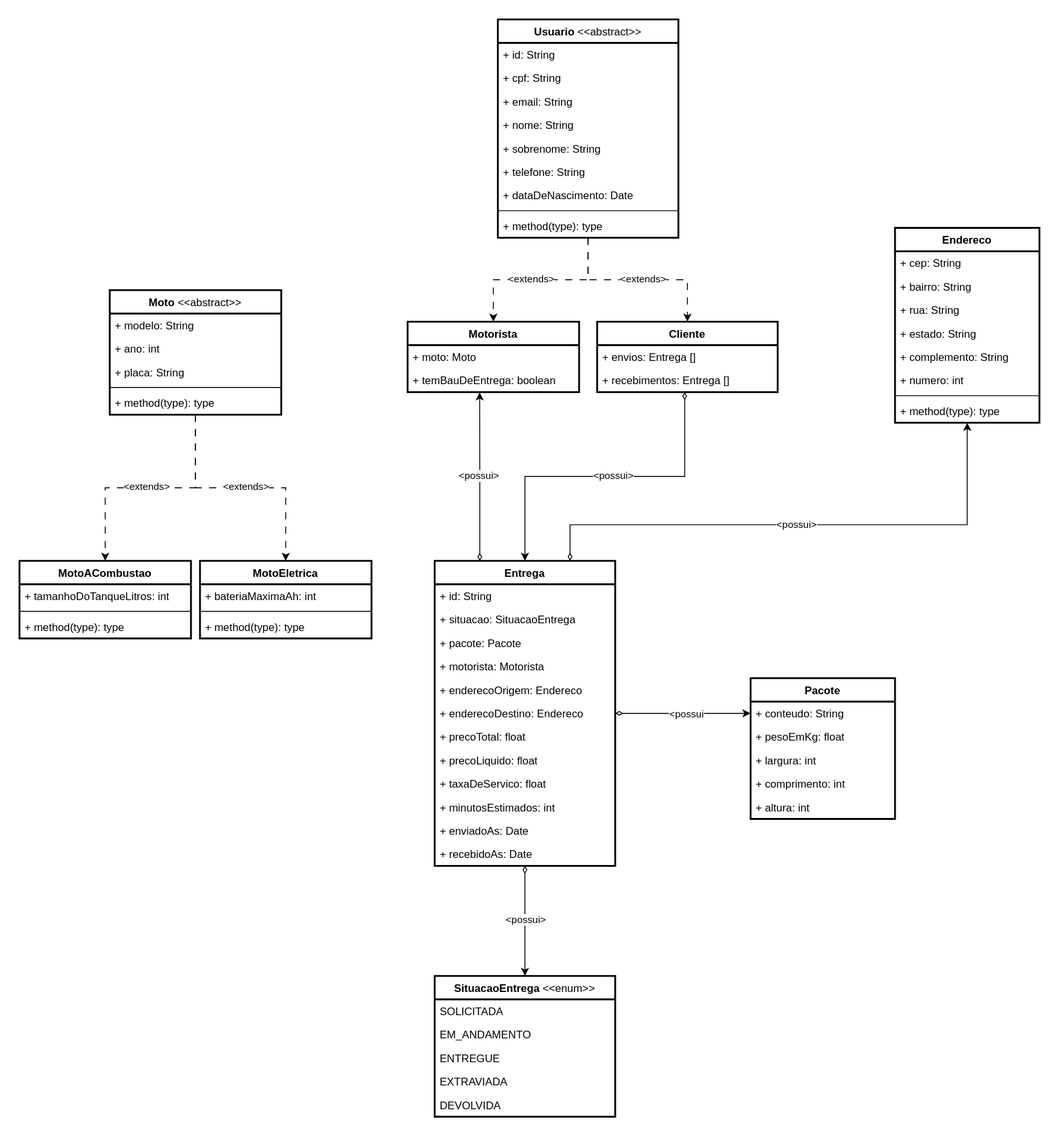
DivinoMatheus/divinomatheus keeps this draw.io diagram as arquitetura-java.svg. Above is the earlier version. Source tidied: cells renumbered, new cells last; positions are measured from the earlier drawing's top-left corner, leaving out a move shared by most shapes.
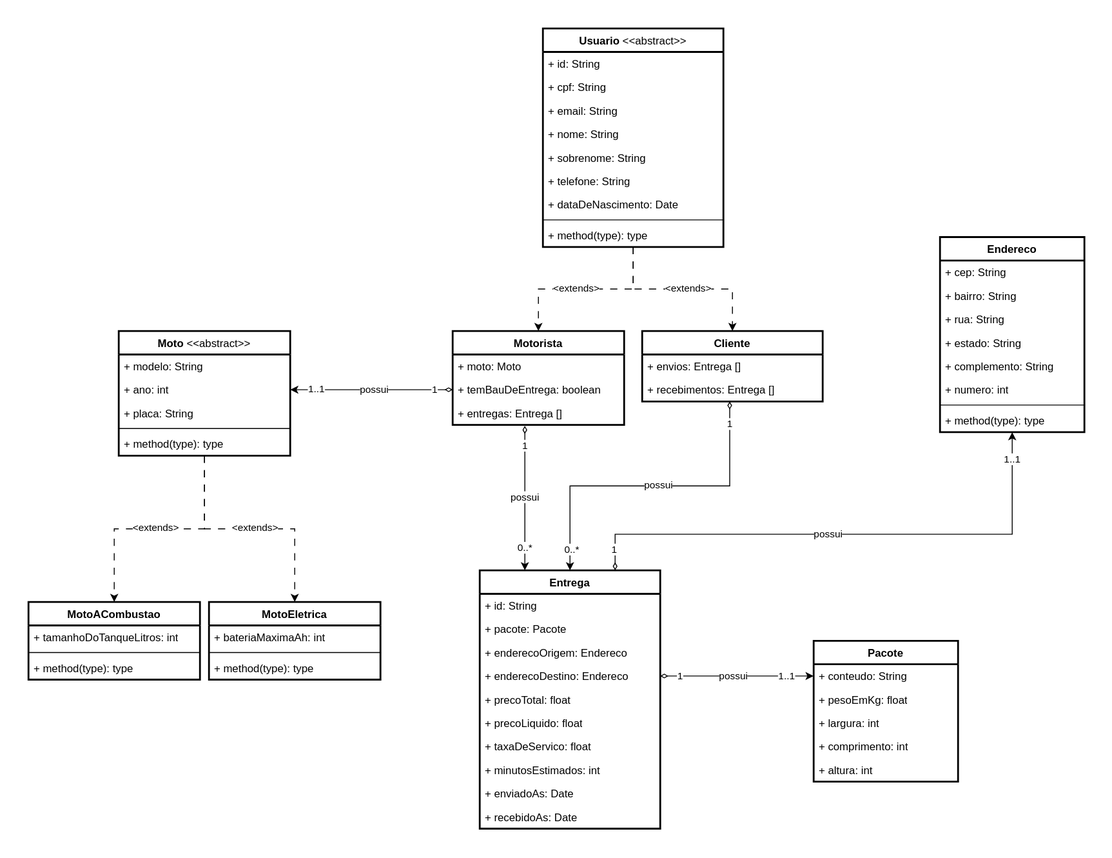
The same file after the commit.

Diff of the diagram source:
```diff
@@ -3,7 +3,7 @@
     <mxCell id="0" />
     <mxCell id="1" parent="0" />
     <mxCell id="2" value="MotoEletrica" style="swimlane;fontStyle=1;align=center;verticalAlign=top;horizontal=1;startSize=26;whiteSpace=wrap;html=1;strokeWidth=2;" parent="1" vertex="1">
-      <mxGeometry x="200" y="600" width="190" height="86" as="geometry" />
+      <mxGeometry x="160" y="635" width="190" height="86" as="geometry" />
     </mxCell>
     <mxCell id="3" value="+ bateriaMaximaAh: int" style="text;strokeColor=none;fillColor=none;align=left;verticalAlign=top;spacingLeft=4;spacingRight=4;overflow=hidden;whiteSpace=wrap;html=1;" parent="2" vertex="1">
       <mxGeometry y="26" width="190" height="26" as="geometry" />
@@ -15,7 +15,7 @@
       <mxGeometry y="60" width="190" height="26" as="geometry" />
     </mxCell>
     <mxCell id="6" value="Motorista" style="swimlane;fontStyle=1;align=center;verticalAlign=top;horizontal=1;startSize=26;whiteSpace=wrap;html=1;strokeWidth=2;" parent="1" vertex="1">
-      <mxGeometry x="430" y="335" width="190" height="78" as="geometry" />
+      <mxGeometry x="430" y="335" width="190" height="104" as="geometry" />
     </mxCell>
     <mxCell id="7" value="+ moto: Moto" style="text;strokeColor=none;fillColor=none;align=left;verticalAlign=top;spacingLeft=4;spacingRight=4;overflow=hidden;whiteSpace=wrap;html=1;" parent="6" vertex="1">
       <mxGeometry y="26" width="190" height="26" as="geometry" />
@@ -23,14 +23,9 @@
     <mxCell id="8" value="+ temBauDeEntrega: boolean" style="text;strokeColor=none;fillColor=none;align=left;verticalAlign=top;spacingLeft=4;spacingRight=4;overflow=hidden;points=[[0,0.5],[1,0.5]];portConstraint=eastwest;whiteSpace=wrap;html=1;" parent="6" vertex="1">
       <mxGeometry y="52" width="190" height="26" as="geometry" />
     </mxCell>
-    <mxCell id="9" style="edgeStyle=orthogonalEdgeStyle;rounded=0;jettySize=auto;html=1;entryX=0.5;entryY=0;entryDx=0;entryDy=0;startArrow=diamondThin;startFill=0;" parent="1" edge="1" source="13" target="69">
-      <mxGeometry relative="1" as="geometry" />
-    </mxCell>
-    <mxCell id="10" value="&amp;lt;possui&amp;gt;" style="edgeLabel;html=1;align=center;verticalAlign=middle;" parent="9" vertex="1">
-      <mxGeometry x="-0.31" y="-5" relative="1" as="geometry">
-        <mxPoint x="5" y="17" as="offset" />
-      </mxGeometry>
-    </mxCell>
+    <mxCell id="84" value="+ entregas: Entrega []" style="text;strokeColor=none;fillColor=none;align=left;verticalAlign=top;spacingLeft=4;spacingRight=4;overflow=hidden;whiteSpace=wrap;html=1;" parent="6" vertex="1">
+      <mxGeometry y="78" width="190" height="26" as="geometry" />
+    </mxCell>
     <mxCell id="11" style="edgeStyle=orthogonalEdgeStyle;rounded=0;jettySize=auto;html=1;exitX=0.75;exitY=0;exitDx=0;exitDy=0;entryX=0.5;entryY=1;entryDx=0;entryDy=0;startArrow=diamondThin;startFill=0;jumpSize=6;" parent="1" edge="1" source="13" target="42">
       <mxGeometry relative="1" as="geometry">
         <Array as="points">
@@ -39,52 +34,56 @@
         </Array>
       </mxGeometry>
     </mxCell>
-    <mxCell id="12" value="&amp;lt;possui&amp;gt;" style="edgeLabel;html=1;align=center;verticalAlign=middle;" parent="11" vertex="1">
+    <mxCell id="12" value="possui" style="edgeLabel;html=1;align=center;verticalAlign=middle;" parent="11" vertex="1">
       <mxGeometry x="-0.02" y="-1" relative="1" as="geometry">
-        <mxPoint y="-2" as="offset" />
+        <mxPoint x="-15" y="-2" as="offset" />
       </mxGeometry>
     </mxCell>
+    <mxCell id="85" value="1" style="edgeLabel;html=1;align=center;verticalAlign=middle;" parent="11" vertex="1">
+      <mxGeometry x="-0.75" y="-2" relative="1" as="geometry">
+        <mxPoint x="-37" y="14" as="offset" />
+      </mxGeometry>
+    </mxCell>
+    <mxCell id="86" value="1..1" style="edgeLabel;html=1;align=center;verticalAlign=middle;" parent="11" vertex="1">
+      <mxGeometry x="0.91" y="2" relative="1" as="geometry">
+        <mxPoint x="1" y="3" as="offset" />
+      </mxGeometry>
+    </mxCell>
     <mxCell id="13" value="Entrega" style="swimlane;fontStyle=1;align=center;verticalAlign=top;horizontal=1;startSize=26;whiteSpace=wrap;html=1;strokeWidth=2;" parent="1" vertex="1">
-      <mxGeometry x="460" y="600" width="200" height="338" as="geometry" />
+      <mxGeometry x="460" y="600" width="200" height="286" as="geometry" />
     </mxCell>
     <mxCell id="14" value="+ id: String" style="text;strokeColor=none;fillColor=none;align=left;verticalAlign=top;spacingLeft=4;spacingRight=4;overflow=hidden;whiteSpace=wrap;html=1;" parent="13" vertex="1">
       <mxGeometry y="26" width="200" height="26" as="geometry" />
     </mxCell>
-    <mxCell id="15" value="+ situacao: SituacaoEntrega" style="text;strokeColor=none;fillColor=none;align=left;verticalAlign=top;spacingLeft=4;spacingRight=4;overflow=hidden;whiteSpace=wrap;html=1;" parent="13" vertex="1">
-      <mxGeometry y="52" width="200" height="26" as="geometry" />
-    </mxCell>
     <mxCell id="16" value="+ pacote: Pacote" style="text;strokeColor=none;fillColor=none;align=left;verticalAlign=top;spacingLeft=4;spacingRight=4;overflow=hidden;whiteSpace=wrap;html=1;" parent="13" vertex="1">
-      <mxGeometry y="78" width="200" height="26" as="geometry" />
+      <mxGeometry y="52" width="200" height="26" as="geometry" />
     </mxCell>
-    <mxCell id="17" value="+ motorista: Motorista" style="text;strokeColor=none;fillColor=none;align=left;verticalAlign=top;spacingLeft=4;spacingRight=4;overflow=hidden;whiteSpace=wrap;html=1;" parent="13" vertex="1">
-      <mxGeometry y="104" width="200" height="26" as="geometry" />
-    </mxCell>
     <mxCell id="18" value="+ enderecoOrigem: Endereco" style="text;strokeColor=none;fillColor=none;align=left;verticalAlign=top;spacingLeft=4;spacingRight=4;overflow=hidden;whiteSpace=wrap;html=1;" parent="13" vertex="1">
-      <mxGeometry y="130" width="200" height="26" as="geometry" />
+      <mxGeometry y="78" width="200" height="26" as="geometry" />
     </mxCell>
     <mxCell id="19" value="+ enderecoDestino: Endereco" style="text;strokeColor=none;fillColor=none;align=left;verticalAlign=top;spacingLeft=4;spacingRight=4;overflow=hidden;points=[[0,0.5],[1,0.5]];portConstraint=eastwest;whiteSpace=wrap;html=1;" parent="13" vertex="1">
-      <mxGeometry y="156" width="200" height="26" as="geometry" />
+      <mxGeometry y="104" width="200" height="26" as="geometry" />
     </mxCell>
     <mxCell id="20" value="+ precoTotal: float" style="text;strokeColor=none;fillColor=none;align=left;verticalAlign=top;spacingLeft=4;spacingRight=4;overflow=hidden;whiteSpace=wrap;html=1;" parent="13" vertex="1">
-      <mxGeometry y="182" width="200" height="26" as="geometry" />
+      <mxGeometry y="130" width="200" height="26" as="geometry" />
     </mxCell>
     <mxCell id="21" value="+ precoLiquido: float" style="text;strokeColor=none;fillColor=none;align=left;verticalAlign=top;spacingLeft=4;spacingRight=4;overflow=hidden;whiteSpace=wrap;html=1;" parent="13" vertex="1">
-      <mxGeometry y="208" width="200" height="26" as="geometry" />
+      <mxGeometry y="156" width="200" height="26" as="geometry" />
     </mxCell>
     <mxCell id="22" value="+ taxaDeServico: float" style="text;strokeColor=none;fillColor=none;align=left;verticalAlign=top;spacingLeft=4;spacingRight=4;overflow=hidden;whiteSpace=wrap;html=1;" parent="13" vertex="1">
-      <mxGeometry y="234" width="200" height="26" as="geometry" />
+      <mxGeometry y="182" width="200" height="26" as="geometry" />
     </mxCell>
     <mxCell id="23" value="+ minutosEstimados: int" style="text;strokeColor=none;fillColor=none;align=left;verticalAlign=top;spacingLeft=4;spacingRight=4;overflow=hidden;whiteSpace=wrap;html=1;" parent="13" vertex="1">
-      <mxGeometry y="260" width="200" height="26" as="geometry" />
+      <mxGeometry y="208" width="200" height="26" as="geometry" />
     </mxCell>
     <mxCell id="24" value="+ enviadoAs: Date" style="text;strokeColor=none;fillColor=none;align=left;verticalAlign=top;spacingLeft=4;spacingRight=4;overflow=hidden;whiteSpace=wrap;html=1;" parent="13" vertex="1">
-      <mxGeometry y="286" width="200" height="26" as="geometry" />
+      <mxGeometry y="234" width="200" height="26" as="geometry" />
     </mxCell>
     <mxCell id="25" value="+ recebidoAs: Date" style="text;strokeColor=none;fillColor=none;align=left;verticalAlign=top;spacingLeft=4;spacingRight=4;overflow=hidden;whiteSpace=wrap;html=1;" parent="13" vertex="1">
-      <mxGeometry y="312" width="200" height="26" as="geometry" />
+      <mxGeometry y="260" width="200" height="26" as="geometry" />
     </mxCell>
     <mxCell id="26" value="Pacote" style="swimlane;fontStyle=1;align=center;verticalAlign=top;horizontal=1;startSize=26;whiteSpace=wrap;html=1;strokeWidth=2;" parent="1" vertex="1">
-      <mxGeometry x="810" y="730" width="160" height="156" as="geometry" />
+      <mxGeometry x="830" y="678" width="160" height="156" as="geometry" />
     </mxCell>
     <mxCell id="27" value="+ conteudo: String" style="text;strokeColor=none;fillColor=none;align=left;verticalAlign=top;spacingLeft=4;spacingRight=4;overflow=hidden;points=[[0,0.5],[1,0.5]];portConstraint=eastwest;whiteSpace=wrap;html=1;" parent="26" vertex="1">
       <mxGeometry y="26" width="160" height="26" as="geometry" />
@@ -118,7 +117,7 @@
       </mxGeometry>
     </mxCell>
     <mxCell id="36" value="Moto &lt;span style=&quot;font-weight: normal;&quot;&gt;&amp;lt;&amp;lt;abstract&amp;gt;&amp;gt;&lt;/span&gt;" style="swimlane;fontStyle=1;align=center;verticalAlign=top;horizontal=1;startSize=26;whiteSpace=wrap;html=1;strokeWidth=2;" parent="1" vertex="1">
-      <mxGeometry x="100" y="300" width="190" height="138" as="geometry" />
+      <mxGeometry x="60" y="335" width="190" height="138" as="geometry" />
     </mxCell>
     <mxCell id="37" value="+ modelo&lt;span style=&quot;color: rgba(0, 0, 0, 0); font-family: monospace; font-size: 0px; text-wrap: nowrap;&quot;&gt;%3CmxGraphModel%3E%3Croot%3E%3CmxCell%20id%3D%220%22%2F%3E%3CmxCell%20id%3D%221%22%20parent%3D%220%22%2F%3E%3CmxCell%20id%3D%222%22%20value%3D%22%2B%20recebedor%3A%20Recebedor%22%20style%3D%22text%3BstrokeColor%3Dnone%3BfillColor%3Dnone%3Balign%3Dleft%3BverticalAlign%3Dtop%3BspacingLeft%3D4%3BspacingRight%3D4%3Boverflow%3Dhidden%3Brotatable%3D0%3Bpoints%3D%5B%5B0%2C0.5%5D%2C%5B1%2C0.5%5D%5D%3BportConstraint%3Deastwest%3BwhiteSpace%3Dwrap%3Bhtml%3D1%3B%22%20vertex%3D%221%22%20parent%3D%221%22%3E%3CmxGeometry%20x%3D%22570%22%20y%3D%22446%22%20width%3D%22160%22%20height%3D%2226%22%20as%3D%22geometry%22%2F%3E%3C%2FmxCell%3E%3C%2Froot%3E%3C%2FmxGraphModel%3E&lt;/span&gt;: String" style="text;strokeColor=none;fillColor=none;align=left;verticalAlign=top;spacingLeft=4;spacingRight=4;overflow=hidden;whiteSpace=wrap;html=1;" parent="36" vertex="1">
       <mxGeometry y="26" width="190" height="26" as="geometry" />
@@ -163,7 +162,7 @@
       <mxGeometry y="190" width="160" height="26" as="geometry" />
     </mxCell>
     <mxCell id="51" value="MotoACombustao" style="swimlane;fontStyle=1;align=center;verticalAlign=top;horizontal=1;startSize=26;whiteSpace=wrap;html=1;strokeWidth=2;" parent="1" vertex="1">
-      <mxGeometry y="600" width="190" height="86" as="geometry" />
+      <mxGeometry x="-40" y="635" width="190" height="86" as="geometry" />
     </mxCell>
     <mxCell id="52" value="+ tamanhoDoTanqueLitros: int" style="text;strokeColor=none;fillColor=none;align=left;verticalAlign=top;spacingLeft=4;spacingRight=4;overflow=hidden;whiteSpace=wrap;html=1;" parent="51" vertex="1">
       <mxGeometry y="26" width="190" height="26" as="geometry" />
@@ -218,24 +217,6 @@
     <mxCell id="68" value="+ method(type): type" style="text;strokeColor=none;fillColor=none;align=left;verticalAlign=top;spacingLeft=4;spacingRight=4;overflow=hidden;whiteSpace=wrap;html=1;" parent="59" vertex="1">
       <mxGeometry y="216" width="200" height="26" as="geometry" />
     </mxCell>
-    <mxCell id="69" value="SituacaoEntrega&amp;nbsp;&lt;span style=&quot;font-weight: 400;&quot;&gt;&amp;lt;&amp;lt;enum&amp;gt;&amp;gt;&lt;/span&gt;" style="swimlane;fontStyle=1;align=center;verticalAlign=top;horizontal=1;startSize=26;whiteSpace=wrap;html=1;strokeWidth=2;" parent="1" vertex="1">
-      <mxGeometry x="460" y="1060" width="200" height="156" as="geometry" />
-    </mxCell>
-    <mxCell id="70" value="SOLICITADA" style="text;strokeColor=none;fillColor=none;align=left;verticalAlign=top;spacingLeft=4;spacingRight=4;overflow=hidden;whiteSpace=wrap;html=1;" parent="69" vertex="1">
-      <mxGeometry y="26" width="200" height="26" as="geometry" />
-    </mxCell>
-    <mxCell id="71" value="EM_ANDAMENTO" style="text;strokeColor=none;fillColor=none;align=left;verticalAlign=top;spacingLeft=4;spacingRight=4;overflow=hidden;whiteSpace=wrap;html=1;" parent="69" vertex="1">
-      <mxGeometry y="52" width="200" height="26" as="geometry" />
-    </mxCell>
-    <mxCell id="72" value="ENTREGUE" style="text;strokeColor=none;fillColor=none;align=left;verticalAlign=top;spacingLeft=4;spacingRight=4;overflow=hidden;whiteSpace=wrap;html=1;" parent="69" vertex="1">
-      <mxGeometry y="78" width="200" height="26" as="geometry" />
-    </mxCell>
-    <mxCell id="73" value="EXTRAVIADA" style="text;strokeColor=none;fillColor=none;align=left;verticalAlign=top;spacingLeft=4;spacingRight=4;overflow=hidden;whiteSpace=wrap;html=1;" parent="69" vertex="1">
-      <mxGeometry y="104" width="200" height="26" as="geometry" />
-    </mxCell>
-    <mxCell id="74" value="DEVOLVIDA" style="text;strokeColor=none;fillColor=none;align=left;verticalAlign=top;spacingLeft=4;spacingRight=4;overflow=hidden;whiteSpace=wrap;html=1;" parent="69" vertex="1">
-      <mxGeometry y="130" width="200" height="26" as="geometry" />
-    </mxCell>
     <mxCell id="75" value="Cliente" style="swimlane;fontStyle=1;align=center;verticalAlign=top;horizontal=1;startSize=26;whiteSpace=wrap;html=1;strokeWidth=2;" parent="1" vertex="1">
       <mxGeometry x="640" y="335" width="200" height="78" as="geometry" />
     </mxCell>
@@ -248,26 +229,74 @@
     <mxCell id="78" style="edgeStyle=orthogonalEdgeStyle;rounded=0;jettySize=auto;html=1;entryX=0;entryY=0.5;entryDx=0;entryDy=0;startArrow=diamondThin;startFill=0;" parent="1" edge="1" source="19" target="27">
       <mxGeometry relative="1" as="geometry" />
     </mxCell>
-    <mxCell id="79" value="&amp;lt;possui" style="edgeLabel;html=1;align=center;verticalAlign=middle;" parent="78" vertex="1">
+    <mxCell id="79" value="possui" style="edgeLabel;html=1;align=center;verticalAlign=middle;" parent="78" vertex="1">
       <mxGeometry x="-0.15" relative="1" as="geometry">
-        <mxPoint x="14" as="offset" />
+        <mxPoint x="8" y="-1" as="offset" />
       </mxGeometry>
     </mxCell>
+    <mxCell id="87" value="1" style="edgeLabel;html=1;align=center;verticalAlign=middle;" parent="78" vertex="1">
+      <mxGeometry x="-0.76" y="-2" relative="1" as="geometry">
+        <mxPoint x="1" y="-3" as="offset" />
+      </mxGeometry>
+    </mxCell>
+    <mxCell id="88" value="1..1" style="edgeLabel;html=1;align=center;verticalAlign=middle;" parent="78" vertex="1">
+      <mxGeometry x="0.75" y="1" relative="1" as="geometry">
+        <mxPoint x="-9" as="offset" />
+      </mxGeometry>
+    </mxCell>
     <mxCell id="80" style="edgeStyle=orthogonalEdgeStyle;rounded=0;jettySize=auto;html=1;entryX=0.485;entryY=1;entryDx=0;entryDy=0;entryPerimeter=0;startArrow=classic;startFill=1;endArrow=diamondThin;endFill=0;" parent="1" edge="1" source="13" target="77">
       <mxGeometry relative="1" as="geometry" />
     </mxCell>
-    <mxCell id="81" value="&amp;lt;possui&amp;gt;" style="edgeLabel;html=1;align=center;verticalAlign=middle;" parent="80" vertex="1">
+    <mxCell id="81" value="possui" style="edgeLabel;html=1;align=center;verticalAlign=middle;" parent="80" vertex="1">
       <mxGeometry x="0.19" y="4" relative="1" as="geometry">
         <mxPoint x="-25" y="3" as="offset" />
       </mxGeometry>
     </mxCell>
+    <mxCell id="89" value="1" style="edgeLabel;html=1;align=center;verticalAlign=middle;" parent="80" vertex="1">
+      <mxGeometry x="0.86" y="-1" relative="1" as="geometry">
+        <mxPoint x="-2" y="-2" as="offset" />
+      </mxGeometry>
+    </mxCell>
+    <mxCell id="90" value="0..*" style="edgeLabel;html=1;align=center;verticalAlign=middle;" parent="80" vertex="1">
+      <mxGeometry x="-0.86" y="-1" relative="1" as="geometry">
+        <mxPoint y="1" as="offset" />
+      </mxGeometry>
+    </mxCell>
-    <mxCell id="82" style="edgeStyle=orthogonalEdgeStyle;rounded=0;jettySize=auto;html=1;exitX=0.25;exitY=0;exitDx=0;exitDy=0;entryX=0.42;entryY=1.01;entryDx=0;entryDy=0;entryPerimeter=0;startArrow=diamondThin;startFill=0;" parent="1" edge="1" source="13" target="8">
-      <mxGeometry relative="1" as="geometry" />
+    <mxCell id="82" style="edgeStyle=orthogonalEdgeStyle;rounded=0;jettySize=auto;html=1;exitX=0.25;exitY=0;exitDx=0;exitDy=0;startArrow=classic;startFill=1;endArrow=diamondThin;endFill=0;" parent="1" edge="1" source="13">
+      <mxGeometry relative="1" as="geometry">
+        <mxPoint x="510" y="440" as="targetPoint" />
+      </mxGeometry>
     </mxCell>
-    <mxCell id="83" value="&amp;lt;possui&amp;gt;" style="edgeLabel;html=1;align=center;verticalAlign=middle;" parent="82" vertex="1">
+    <mxCell id="83" value="possui" style="edgeLabel;html=1;align=center;verticalAlign=middle;" parent="82" vertex="1">
       <mxGeometry x="0.02" y="-1" relative="1" as="geometry">
         <mxPoint x="-2" as="offset" />
       </mxGeometry>
     </mxCell>
+    <mxCell id="91" value="0..*" style="edgeLabel;html=1;align=center;verticalAlign=middle;" parent="82" vertex="1">
+      <mxGeometry x="-0.72" y="-3" relative="1" as="geometry">
+        <mxPoint x="-4" y="-3" as="offset" />
+      </mxGeometry>
+    </mxCell>
+    <mxCell id="92" value="1" style="edgeLabel;html=1;align=center;verticalAlign=middle;" parent="82" vertex="1">
+      <mxGeometry x="0.73" y="1" relative="1" as="geometry" />
+    </mxCell>
+    <mxCell id="93" style="edgeStyle=orthogonalEdgeStyle;rounded=0;jettySize=auto;html=1;entryX=1;entryY=0.5;entryDx=0;entryDy=0;startArrow=diamondThin;startFill=0;" parent="1" edge="1" source="8" target="38">
+      <mxGeometry relative="1" as="geometry" />
+    </mxCell>
+    <mxCell id="94" value="1" style="edgeLabel;html=1;align=center;verticalAlign=middle;" parent="93" vertex="1">
+      <mxGeometry x="-0.82" y="1" relative="1" as="geometry">
+        <mxPoint x="-4" y="-2" as="offset" />
+      </mxGeometry>
+    </mxCell>
+    <mxCell id="95" value="1..1" style="edgeLabel;html=1;align=center;verticalAlign=middle;" parent="93" vertex="1">
+      <mxGeometry x="0.76" y="-2" relative="1" as="geometry">
+        <mxPoint x="7" as="offset" />
+      </mxGeometry>
+    </mxCell>
+    <mxCell id="96" value="possui" style="edgeLabel;html=1;align=center;verticalAlign=middle;" parent="93" vertex="1">
+      <mxGeometry x="-0.02" y="1" relative="1" as="geometry">
+        <mxPoint x="1" y="-2" as="offset" />
+      </mxGeometry>
+    </mxCell>
   </root>
 </mxGraphModel>
```
